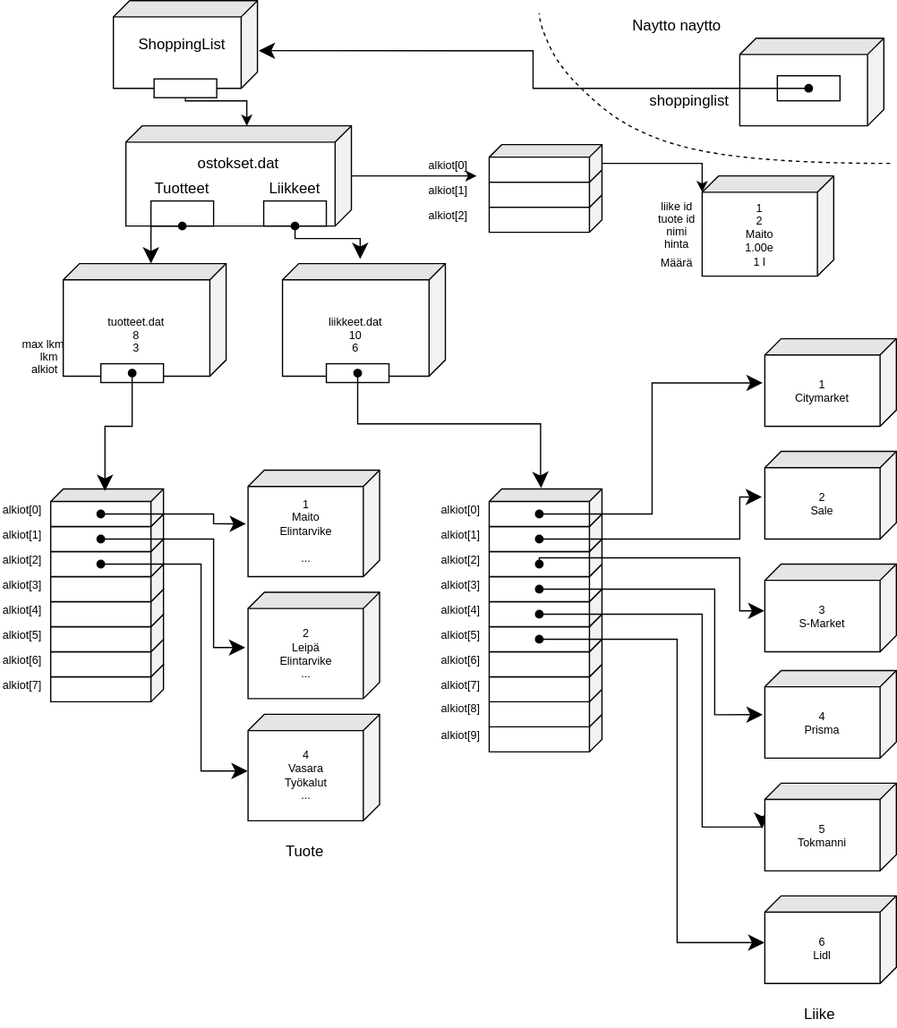
Earlier version of the draw.io export kuvat/tietorakenne.svg (AkseliKankaansivu/shoppinglisst). Source tidied: cells renumbered, new cells last; positions are measured from the earlier drawing's top-left corner, leaving out a move shared by most shapes.
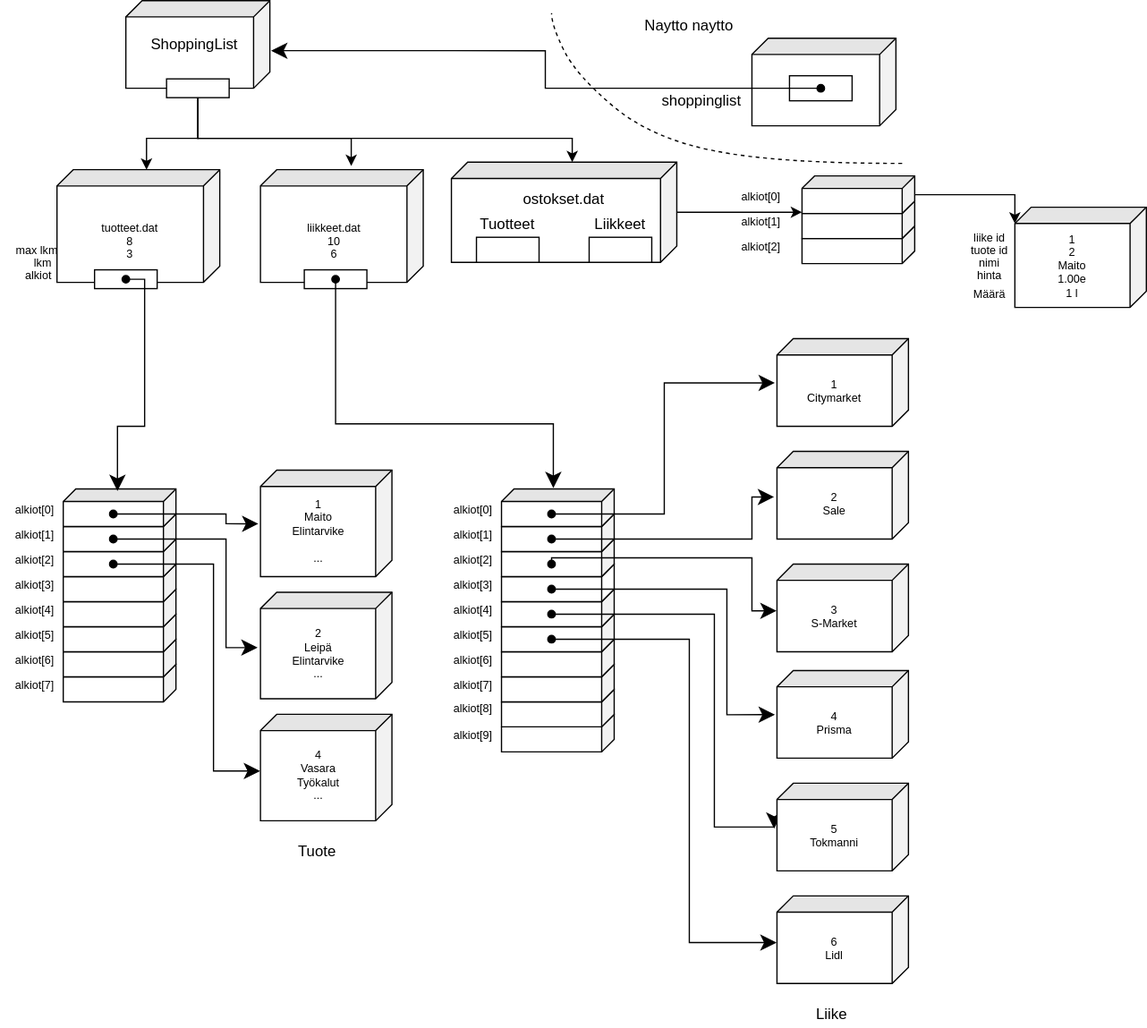
The same diagram one commit later.

Commit message:
muutoksia kuviin

The edit, as a diff of the source:
```diff
@@ -49,34 +49,23 @@
     </mxCell>
     <mxCell id="17" style="edgeStyle=orthogonalEdgeStyle;rounded=0;jettySize=auto;html=1;" parent="1" edge="1" source="18">
       <mxGeometry relative="1" as="geometry">
-        <mxPoint x="380" y="140" as="targetPoint" />
+        <mxPoint x="630" y="169" as="targetPoint" />
       </mxGeometry>
     </mxCell>
     <mxCell id="18" style="shape=cube;whiteSpace=wrap;html=1;boundedLbl=1;backgroundOutline=1;darkOpacity=0.05;darkOpacity2=0.1;rounded=1;shadow=0;glass=0;comic=0;fillColor=#ffffff;gradientColor=none;fontSize=9;fontColor=#000000;align=center;noLabel=0;perimeter=rectanglePerimeter;direction=south;size=13;" parent="1" vertex="1">
-      <mxGeometry x="100" y="100" width="180" height="80" as="geometry" />
+      <mxGeometry x="350" y="129" width="180" height="80" as="geometry" />
     </mxCell>
     <mxCell id="19" value="&lt;br&gt;tuotteet.dat&lt;br&gt;8&lt;br&gt;3" style="shape=cube;whiteSpace=wrap;html=1;boundedLbl=1;backgroundOutline=1;darkOpacity=0.05;darkOpacity2=0.1;rounded=1;shadow=0;glass=0;comic=0;fillColor=#ffffff;gradientColor=none;fontSize=9;fontColor=#000000;align=center;noLabel=0;perimeter=rectanglePerimeter;direction=south;size=13;" parent="1" vertex="1">
-      <mxGeometry x="50" y="210" width="130" height="90" as="geometry" />
+      <mxGeometry x="35" y="135" width="130" height="90" as="geometry" />
     </mxCell>
     <mxCell id="20" style="rounded=0;whiteSpace=wrap;html=1;" parent="1" vertex="1">
-      <mxGeometry x="120" y="160" width="50" height="20" as="geometry" />
+      <mxGeometry x="370" y="189" width="50" height="20" as="geometry" />
     </mxCell>
     <mxCell id="21" style="rounded=0;whiteSpace=wrap;html=1;" parent="1" vertex="1">
-      <mxGeometry x="210" y="160" width="50" height="20" as="geometry" />
+      <mxGeometry x="460" y="189" width="50" height="20" as="geometry" />
     </mxCell>
-    <mxCell id="22" style="edgeStyle=orthogonalEdgeStyle;rounded=0;html=1;jettySize=auto;endSize=10;startArrow=oval;startFill=1;entryX=-0.04;entryY=0.523;entryDx=0;entryDy=0;entryPerimeter=0;exitX=0.5;exitY=1;exitDx=0;exitDy=0;" parent="1" edge="1" source="21" target="24">
-      <mxGeometry relative="1" as="geometry">
-        <Array as="points">
-          <mxPoint x="235" y="190" />
-          <mxPoint x="287" y="190" />
-        </Array>
-      </mxGeometry>
-    </mxCell>
-    <mxCell id="23" style="edgeStyle=orthogonalEdgeStyle;rounded=0;html=1;jettySize=auto;endSize=10;entryX=0;entryY=0;entryDx=0;entryDy=60;entryPerimeter=0;startArrow=oval;startFill=1;exitX=0.5;exitY=1;exitDx=0;exitDy=0;" parent="1" edge="1" source="20" target="19">
-      <mxGeometry relative="1" as="geometry" />
-    </mxCell>
     <mxCell id="24" value="&lt;br&gt;liikkeet.dat&lt;br&gt;10&lt;br&gt;6" style="shape=cube;whiteSpace=wrap;html=1;boundedLbl=1;backgroundOutline=1;darkOpacity=0.05;darkOpacity2=0.1;rounded=1;shadow=0;glass=0;comic=0;fillColor=#ffffff;gradientColor=none;fontSize=9;fontColor=#000000;align=center;noLabel=0;perimeter=rectanglePerimeter;direction=south;size=13;" parent="1" vertex="1">
-      <mxGeometry x="225" y="210" width="130" height="90" as="geometry" />
+      <mxGeometry x="197.5" y="135" width="130" height="90" as="geometry" />
     </mxCell>
     <mxCell id="25" style="edgeStyle=orthogonalEdgeStyle;rounded=0;html=1;entryX=0.52;entryY=1.022;entryDx=0;entryDy=0;entryPerimeter=0;startArrow=oval;startFill=1;endSize=10;jettySize=auto;fontSize=10;exitX=0.667;exitY=0.556;exitDx=0;exitDy=0;exitPerimeter=0;" parent="1" edge="1" source="16" target="32">
       <mxGeometry relative="1" as="geometry">
@@ -130,16 +119,16 @@
       <mxGeometry x="222.5" y="670" width="40" height="20" as="geometry" />
     </mxCell>
     <mxCell id="37" value="max lkm" style="text;html=1;align=right;verticalAlign=middle;spacingTop=0;fontSize=9;fontColor=#000000;spacing=0;spacingRight=5;" parent="1" vertex="1">
-      <mxGeometry x="5" y="270" width="50" height="10" as="geometry" />
+      <mxGeometry x="-10" y="195" width="50" height="10" as="geometry" />
     </mxCell>
     <mxCell id="38" value="lkm" style="text;html=1;align=right;verticalAlign=middle;spacingTop=0;fontSize=9;fontColor=#000000;spacing=0;spacingRight=5;" parent="1" vertex="1">
-      <mxGeometry x="20" y="280" width="30" height="10" as="geometry" />
+      <mxGeometry x="5" y="205" width="30" height="10" as="geometry" />
     </mxCell>
     <mxCell id="39" value="alkiot" style="text;html=1;align=right;verticalAlign=middle;spacingTop=0;fontSize=9;fontColor=#000000;spacing=0;spacingRight=5;" parent="1" vertex="1">
-      <mxGeometry x="10" y="290" width="40" height="10" as="geometry" />
+      <mxGeometry x="-5" y="215" width="40" height="10" as="geometry" />
     </mxCell>
     <mxCell id="40" style="rounded=0;whiteSpace=wrap;html=1;shadow=0;glass=0;comic=0;fontSize=10;align=left;fillColor=#ffffff;strokeColor=#000000;" parent="1" vertex="1">
-      <mxGeometry x="80" y="290" width="50" height="15" as="geometry" />
+      <mxGeometry x="65" y="215" width="50" height="15" as="geometry" />
     </mxCell>
     <mxCell id="41" style="edgeStyle=orthogonalEdgeStyle;rounded=0;html=1;jettySize=auto;endSize=10;startArrow=oval;startFill=1;entryX=0.056;entryY=0.519;entryDx=0;entryDy=0;entryPerimeter=0;exitX=0.5;exitY=0.5;exitDx=0;exitDy=0;exitPerimeter=0;" parent="1" edge="1" source="40" target="26">
       <mxGeometry relative="1" as="geometry">
@@ -252,10 +241,10 @@
       <mxGeometry x="530" y="70" width="40" height="20" as="geometry" />
     </mxCell>
     <mxCell id="70" value="Tuotteet" style="text;html=1;strokeColor=none;fillColor=none;align=center;verticalAlign=middle;whiteSpace=wrap;rounded=0;" parent="1" vertex="1">
-      <mxGeometry x="125" y="140" width="40" height="20" as="geometry" />
+      <mxGeometry x="375" y="169" width="40" height="20" as="geometry" />
     </mxCell>
     <mxCell id="71" value="Liikkeet" style="text;html=1;strokeColor=none;fillColor=none;align=center;verticalAlign=middle;whiteSpace=wrap;rounded=0;" parent="1" vertex="1">
-      <mxGeometry x="200" y="140" width="70" height="20" as="geometry" />
+      <mxGeometry x="450" y="169" width="70" height="20" as="geometry" />
     </mxCell>
     <mxCell id="72" style="edgeStyle=orthogonalEdgeStyle;rounded=0;html=1;entryX=0.52;entryY=1.022;entryDx=0;entryDy=0;entryPerimeter=0;startArrow=oval;startFill=1;endSize=10;jettySize=auto;fontSize=10;exitX=0.667;exitY=0.556;exitDx=0;exitDy=0;exitPerimeter=0;" parent="1" edge="1" source="45" target="74">
       <mxGeometry relative="1" as="geometry">
@@ -305,7 +294,7 @@
       </mxGeometry>
     </mxCell>
     <mxCell id="79" style="rounded=0;whiteSpace=wrap;html=1;shadow=0;glass=0;comic=0;fontSize=10;align=left;fillColor=#ffffff;strokeColor=#000000;" parent="1" vertex="1">
-      <mxGeometry x="260" y="290" width="50" height="15" as="geometry" />
+      <mxGeometry x="232.5" y="215" width="50" height="15" as="geometry" />
     </mxCell>
     <mxCell id="80" style="edgeStyle=orthogonalEdgeStyle;rounded=0;html=1;jettySize=auto;endSize=10;startArrow=oval;startFill=1;exitX=0.5;exitY=0.5;exitDx=0;exitDy=0;exitPerimeter=0;entryX=-0.026;entryY=0.54;entryDx=0;entryDy=0;entryPerimeter=0;" parent="1" edge="1" source="79" target="54">
       <mxGeometry relative="1" as="geometry">
@@ -317,7 +306,7 @@
       </mxGeometry>
     </mxCell>
     <mxCell id="81" value="ostokset.dat" style="text;html=1;strokeColor=none;fillColor=none;align=center;verticalAlign=middle;whiteSpace=wrap;rounded=0;" parent="1" vertex="1">
-      <mxGeometry x="170" y="120" width="40" height="20" as="geometry" />
+      <mxGeometry x="420" y="149" width="40" height="20" as="geometry" />
     </mxCell>
     <mxCell id="82" style="edgeStyle=orthogonalEdgeStyle;rounded=0;orthogonalLoop=1;jettySize=auto;html=1;exitX=0.5;exitY=1;exitDx=0;exitDy=0;" parent="1" edge="1" source="20" target="20">
       <mxGeometry relative="1" as="geometry" />
@@ -331,56 +320,73 @@
     <mxCell id="85" style="edgeStyle=orthogonalEdgeStyle;rounded=0;jettySize=auto;html=1;exitX=0.5;exitY=1;exitDx=0;exitDy=0;entryX=0;entryY=0;entryDx=0;entryDy=83.5;entryPerimeter=0;" parent="1" edge="1" source="86" target="18">
       <mxGeometry relative="1" as="geometry">
         <Array as="points">
-          <mxPoint x="148" y="80" />
-          <mxPoint x="197" y="80" />
+          <mxPoint x="148" y="110" />
+          <mxPoint x="447" y="110" />
         </Array>
       </mxGeometry>
     </mxCell>
+    <mxCell id="100" style="edgeStyle=orthogonalEdgeStyle;rounded=0;jettySize=auto;html=1;entryX=0;entryY=0;entryDx=0;entryDy=58.5;entryPerimeter=0;" parent="1" edge="1" source="86" target="19">
+      <mxGeometry relative="1" as="geometry">
+        <Array as="points">
+          <mxPoint x="148" y="110" />
+          <mxPoint x="107" y="110" />
+        </Array>
+      </mxGeometry>
+    </mxCell>
+    <mxCell id="101" style="edgeStyle=orthogonalEdgeStyle;rounded=0;jettySize=auto;html=1;" parent="1" edge="1" source="86">
+      <mxGeometry relative="1" as="geometry">
+        <mxPoint x="270" y="132" as="targetPoint" />
+        <Array as="points">
+          <mxPoint x="148" y="110" />
+          <mxPoint x="270" y="110" />
+        </Array>
+      </mxGeometry>
+    </mxCell>
     <mxCell id="86" style="rounded=0;whiteSpace=wrap;html=1;" parent="1" vertex="1">
       <mxGeometry x="122.5" y="62.5" width="50" height="15" as="geometry" />
     </mxCell>
     <mxCell id="87" style="shape=cube;whiteSpace=wrap;html=1;boundedLbl=1;backgroundOutline=1;darkOpacity=0.05;darkOpacity2=0.1;rounded=1;shadow=0;glass=0;comic=0;fillColor=#ffffff;gradientColor=none;fontSize=9;fontColor=#000000;align=center;noLabel=0;perimeter=rectanglePerimeter;direction=south;size=10;" parent="1" vertex="1">
-      <mxGeometry x="390" y="155" width="90" height="30" as="geometry" />
+      <mxGeometry x="630" y="180" width="90" height="30" as="geometry" />
     </mxCell>
     <mxCell id="88" style="shape=cube;whiteSpace=wrap;html=1;boundedLbl=1;backgroundOutline=1;darkOpacity=0.05;darkOpacity2=0.1;rounded=1;shadow=0;glass=0;comic=0;fillColor=#ffffff;gradientColor=none;fontSize=9;fontColor=#000000;align=center;noLabel=0;perimeter=rectanglePerimeter;direction=south;size=10;" parent="1" vertex="1">
-      <mxGeometry x="390" y="135" width="90" height="30" as="geometry" />
+      <mxGeometry x="630" y="160" width="90" height="30" as="geometry" />
     </mxCell>
     <mxCell id="89" style="edgeStyle=orthogonalEdgeStyle;rounded=0;jettySize=auto;html=1;entryX=0;entryY=0;entryDx=13;entryDy=105;entryPerimeter=0;" parent="1" edge="1" source="90" target="94">
       <mxGeometry relative="1" as="geometry">
         <Array as="points">
-          <mxPoint x="560" y="130" />
+          <mxPoint x="800" y="155" />
         </Array>
       </mxGeometry>
     </mxCell>
     <mxCell id="90" style="shape=cube;whiteSpace=wrap;html=1;boundedLbl=1;backgroundOutline=1;darkOpacity=0.05;darkOpacity2=0.1;rounded=1;shadow=0;glass=0;comic=0;fillColor=#ffffff;gradientColor=none;fontSize=9;fontColor=#000000;align=center;noLabel=0;perimeter=rectanglePerimeter;direction=south;size=10;" parent="1" vertex="1">
-      <mxGeometry x="390" y="115" width="90" height="30" as="geometry" />
+      <mxGeometry x="630" y="140" width="90" height="30" as="geometry" />
     </mxCell>
     <mxCell id="91" value="&lt;font style=&quot;font-size: 9px;&quot;&gt;alkiot[0]&lt;/font&gt;" style="text;html=1;strokeColor=none;fillColor=none;align=left;verticalAlign=bottom;whiteSpace=wrap;rounded=0;shadow=0;glass=1;comic=0;fontSize=9;" parent="1" vertex="1">
-      <mxGeometry x="340" y="130" width="40" height="10" as="geometry" />
+      <mxGeometry x="580" y="155" width="40" height="10" as="geometry" />
     </mxCell>
     <mxCell id="92" value="&lt;font style=&quot;font-size: 9px;&quot;&gt;alkiot[1]&lt;/font&gt;" style="text;html=1;strokeColor=none;fillColor=none;align=left;verticalAlign=bottom;whiteSpace=wrap;rounded=0;shadow=0;glass=1;comic=0;fontSize=9;" parent="1" vertex="1">
-      <mxGeometry x="340" y="150" width="40" height="10" as="geometry" />
+      <mxGeometry x="580" y="175" width="40" height="10" as="geometry" />
     </mxCell>
     <mxCell id="93" value="&lt;font style=&quot;font-size: 9px;&quot;&gt;alkiot[2]&lt;/font&gt;" style="text;html=1;strokeColor=none;fillColor=none;align=left;verticalAlign=bottom;whiteSpace=wrap;rounded=0;shadow=0;glass=1;comic=0;fontSize=9;" parent="1" vertex="1">
-      <mxGeometry x="340" y="170" width="40" height="10" as="geometry" />
+      <mxGeometry x="580" y="195" width="40" height="10" as="geometry" />
     </mxCell>
     <mxCell id="94" value="&lt;div&gt;&lt;br&gt;&lt;/div&gt;&lt;div&gt;1&lt;br&gt;&lt;/div&gt;&lt;div&gt;2&lt;br&gt;&lt;/div&gt;&lt;div&gt;Maito&lt;/div&gt;&lt;div&gt;1.00e&lt;/div&gt;&lt;div&gt;1 l&lt;br&gt;&lt;/div&gt;&lt;div&gt;&lt;br&gt;&lt;/div&gt;" style="shape=cube;whiteSpace=wrap;html=1;boundedLbl=1;backgroundOutline=1;darkOpacity=0.05;darkOpacity2=0.1;rounded=1;shadow=0;glass=0;comic=0;fillColor=#ffffff;gradientColor=none;fontSize=9;fontColor=#000000;align=center;noLabel=0;perimeter=rectanglePerimeter;direction=south;size=13;" parent="1" vertex="1">
-      <mxGeometry x="560" y="140" width="105" height="80" as="geometry" />
+      <mxGeometry x="800" y="165" width="105" height="80" as="geometry" />
     </mxCell>
     <mxCell id="95" value="&lt;font style=&quot;font-size: 9px;&quot;&gt;liike id&lt;br style=&quot;font-size: 9px;&quot;&gt;&lt;/font&gt;" style="text;html=1;strokeColor=none;fillColor=none;align=center;verticalAlign=middle;whiteSpace=wrap;rounded=0;fontSize=9;" parent="1" vertex="1">
-      <mxGeometry x="520" y="155" width="40" height="20" as="geometry" />
+      <mxGeometry x="760" y="180" width="40" height="20" as="geometry" />
     </mxCell>
     <mxCell id="96" value="&lt;font style=&quot;font-size: 9px;&quot;&gt;tuote id&lt;br style=&quot;font-size: 9px;&quot;&gt;&lt;/font&gt;" style="text;html=1;strokeColor=none;fillColor=none;align=center;verticalAlign=middle;whiteSpace=wrap;rounded=0;fontSize=9;" parent="1" vertex="1">
-      <mxGeometry x="520" y="165" width="40" height="20" as="geometry" />
+      <mxGeometry x="760" y="190" width="40" height="20" as="geometry" />
     </mxCell>
     <mxCell id="97" value="&lt;font style=&quot;font-size: 9px;&quot;&gt;nimi&lt;/font&gt;" style="text;html=1;strokeColor=none;fillColor=none;align=center;verticalAlign=middle;whiteSpace=wrap;rounded=0;fontSize=9;" parent="1" vertex="1">
-      <mxGeometry x="520" y="175" width="40" height="20" as="geometry" />
+      <mxGeometry x="760" y="200" width="40" height="20" as="geometry" />
     </mxCell>
     <mxCell id="98" value="&lt;font style=&quot;font-size: 9px;&quot;&gt;hinta&lt;/font&gt;" style="text;html=1;strokeColor=none;fillColor=none;align=center;verticalAlign=middle;whiteSpace=wrap;rounded=0;fontSize=9;" parent="1" vertex="1">
-      <mxGeometry x="520" y="185" width="40" height="20" as="geometry" />
+      <mxGeometry x="760" y="210" width="40" height="20" as="geometry" />
     </mxCell>
     <mxCell id="99" value="Määrä" style="text;html=1;strokeColor=none;fillColor=none;align=center;verticalAlign=middle;whiteSpace=wrap;rounded=0;fontSize=9;" parent="1" vertex="1">
-      <mxGeometry x="520" y="200" width="40" height="20" as="geometry" />
+      <mxGeometry x="760" y="225" width="40" height="20" as="geometry" />
     </mxCell>
   </root>
 </mxGraphModel>
```
